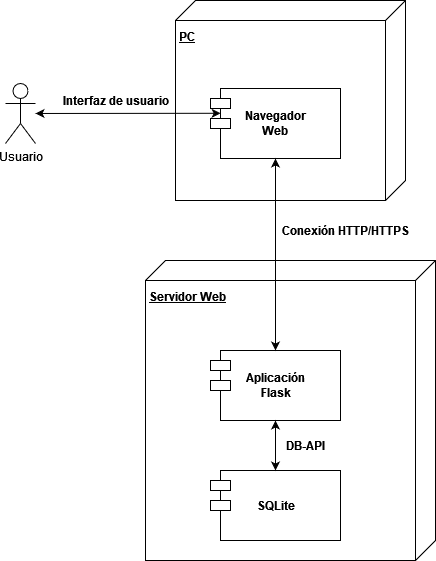
Earlier version of the draw.io export doc/img/anexos/diseño/DiagramaDespliegue.png (dmacha27/TFG-SemiSupervisado). Source tidied: cells renumbered, new cells last; positions are measured from the earlier drawing's top-left corner, leaving out a move shared by most shapes. Source of this version:
```xml
<mxGraphModel>
  <root>
    <mxCell id="0" />
    <mxCell id="1" parent="0" />
    <mxCell id="2" value="&lt;div&gt;&lt;b&gt;&lt;br&gt;&lt;/b&gt;&lt;/div&gt;&lt;div&gt;&lt;b&gt;Servidor Web&lt;br&gt;&lt;/b&gt;&lt;/div&gt;" style="verticalAlign=top;align=left;spacingTop=8;spacingLeft=2;spacingRight=12;shape=cube;size=20;direction=south;fontStyle=4;html=1;whiteSpace=wrap;" parent="1" vertex="1">
      <mxGeometry x="140" y="260" width="290" height="300" as="geometry" />
    </mxCell>
    <mxCell id="3" style="shape=module;align=left;spacingLeft=20;align=center;verticalAlign=top;whiteSpace=wrap;html=1;" parent="1" vertex="1">
      <mxGeometry x="205" y="350" width="130" height="70" as="geometry" />
    </mxCell>
    <mxCell id="4" value="&lt;div&gt;Aplicación &lt;br&gt;&lt;/div&gt;&lt;div&gt;Flask&lt;/div&gt;" style="text;align=center;fontStyle=1;verticalAlign=middle;spacingLeft=3;spacingRight=3;strokeColor=none;html=1;" parent="1" vertex="1">
      <mxGeometry x="230" y="372" width="80" height="26" as="geometry" />
    </mxCell>
    <mxCell id="5" style="shape=module;align=left;spacingLeft=20;align=center;verticalAlign=top;whiteSpace=wrap;html=1;" parent="1" vertex="1">
      <mxGeometry x="205" y="470" width="130" height="70" as="geometry" />
    </mxCell>
    <mxCell id="6" value="SQLite" style="text;align=center;fontStyle=1;verticalAlign=middle;spacingLeft=3;spacingRight=3;strokeColor=none;html=1;" parent="1" vertex="1">
      <mxGeometry x="230" y="492" width="80" height="26" as="geometry" />
    </mxCell>
    <mxCell id="7" value="&lt;div&gt;&lt;b&gt;&lt;br&gt;&lt;/b&gt;&lt;/div&gt;&lt;div&gt;&lt;b&gt;PC&lt;/b&gt;&lt;/div&gt;" style="verticalAlign=top;align=left;spacingTop=8;spacingLeft=2;spacingRight=12;shape=cube;size=20;direction=south;fontStyle=4;html=1;whiteSpace=wrap;" parent="1" vertex="1">
      <mxGeometry x="170" width="230" height="200" as="geometry" />
    </mxCell>
    <mxCell id="8" style="shape=module;align=left;spacingLeft=20;align=center;verticalAlign=top;whiteSpace=wrap;html=1;" parent="1" vertex="1">
      <mxGeometry x="205" y="88" width="130" height="70" as="geometry" />
    </mxCell>
    <mxCell id="9" value="&lt;div&gt;Navegador&lt;/div&gt;&lt;div&gt;Web&lt;br&gt;&lt;/div&gt;" style="text;align=center;fontStyle=1;verticalAlign=middle;spacingLeft=3;spacingRight=3;strokeColor=none;html=1;" parent="1" vertex="1">
      <mxGeometry x="230" y="110" width="80" height="26" as="geometry" />
    </mxCell>
    <mxCell id="10" style="endArrow=classic;startArrow=classic;html=1;rounded=0;" parent="1" edge="1" source="8" target="3">
      <mxGeometry relative="1" as="geometry" />
    </mxCell>
    <mxCell id="11" style="endArrow=classic;startArrow=classic;html=1;rounded=0;" parent="1" edge="1" source="5" target="3">
      <mxGeometry relative="1" as="geometry" />
    </mxCell>
    <mxCell id="12" value="Conexión HTTP/HTTPS" style="text;html=1;align=center;verticalAlign=middle;strokeColor=none;fillColor=none;rotation=0;fontStyle=1;" parent="1" vertex="1">
      <mxGeometry x="260" y="215" width="160" height="30" as="geometry" />
    </mxCell>
    <mxCell id="13" value="&lt;b&gt;DB-API&lt;/b&gt;" style="text;html=1;strokeColor=none;fillColor=none;align=center;verticalAlign=middle;whiteSpace=wrap;rounded=0;" parent="1" vertex="1">
      <mxGeometry x="270" y="430" width="60" height="30" as="geometry" />
    </mxCell>
    <mxCell id="14" value="Usuario" style="shape=umlActor;verticalLabelPosition=bottom;verticalAlign=top;html=1;outlineConnect=0;" parent="1" vertex="1">
      <mxGeometry y="83" width="30" height="60" as="geometry" />
    </mxCell>
    <mxCell id="15" style="endArrow=classic;startArrow=classic;html=1;rounded=0;entryX=0.078;entryY=0.354;entryDx=0;entryDy=0;entryPerimeter=0;" parent="1" edge="1" source="14" target="8">
      <mxGeometry relative="1" as="geometry" />
    </mxCell>
    <mxCell id="16" value="&lt;b&gt;Interfaz de usuario&lt;/b&gt;" style="text;html=1;align=center;verticalAlign=middle;strokeColor=none;fillColor=none;" parent="1" vertex="1">
      <mxGeometry x="45" y="85" width="130" height="30" as="geometry" />
    </mxCell>
  </root>
</mxGraphModel>
```
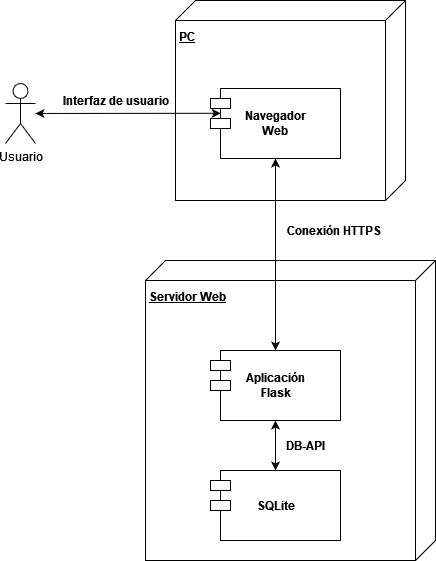
Above is the later version.

Commit message:
Actualizar requisitos, casos de uso y despliegue

Change to the diagram source:
```diff
@@ -32,8 +32,8 @@
     <mxCell id="11" style="endArrow=classic;startArrow=classic;html=1;rounded=0;" parent="1" edge="1" source="5" target="3">
       <mxGeometry relative="1" as="geometry" />
     </mxCell>
-    <mxCell id="12" value="Conexión HTTP/HTTPS" style="text;html=1;align=center;verticalAlign=middle;strokeColor=none;fillColor=none;rotation=0;fontStyle=1;" parent="1" vertex="1">
-      <mxGeometry x="260" y="215" width="160" height="30" as="geometry" />
+    <mxCell id="12" value="Conexión HTTPS" style="text;html=1;align=center;verticalAlign=middle;strokeColor=none;fillColor=none;rotation=0;fontStyle=1;" parent="1" vertex="1">
+      <mxGeometry x="268" y="215" width="120" height="30" as="geometry" />
     </mxCell>
     <mxCell id="13" value="&lt;b&gt;DB-API&lt;/b&gt;" style="text;html=1;strokeColor=none;fillColor=none;align=center;verticalAlign=middle;whiteSpace=wrap;rounded=0;" parent="1" vertex="1">
       <mxGeometry x="270" y="430" width="60" height="30" as="geometry" />
```
